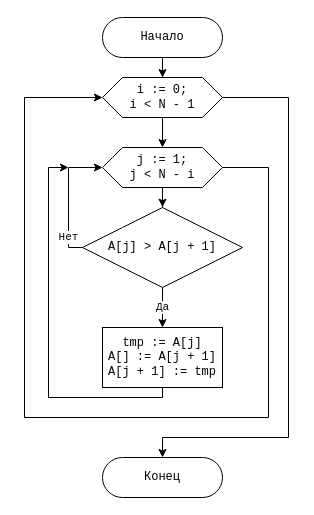
This is lab_06_3_bubble-sort.drawio from 4gottendreamer/Diagrams-drawio, a draw.io file, before an edit. Source tidied: cells renumbered, new cells numbered last; positions are measured from the earlier drawing's top-left corner, leaving out a move shared by most shapes. Both pictures are drawn from the tidied source at 100%, with x=0, y=0 at pixel (24, 17).
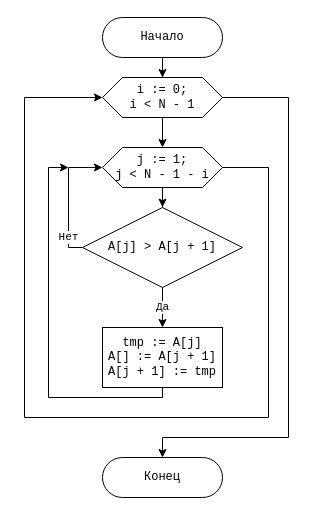
The same diagram, later.

The edit, as a diff of the source:
```diff
@@
-    <mxCell id="9" value="&lt;div&gt;j := 1;&lt;/div&gt;&lt;div&gt;j &amp;lt; N - i&lt;br&gt;&lt;/div&gt;" style="shape=hexagon;perimeter=hexagonPerimeter2;whiteSpace=wrap;html=1;fixedSize=1;rounded=1;fontFamily=Consolas;arcSize=0;" parent="1" vertex="1">
+    <mxCell id="9" value="&lt;div&gt;j := 1;&lt;/div&gt;&lt;div&gt;j &amp;lt; N - 1 - i&lt;br&gt;&lt;/div&gt;" style="shape=hexagon;perimeter=hexagonPerimeter2;whiteSpace=wrap;html=1;fixedSize=1;rounded=1;fontFamily=Consolas;arcSize=0;" parent="1" vertex="1">
       <mxGeometry x="78" y="130" width="120" height="40" as="geometry" />
     </mxCell>
```
